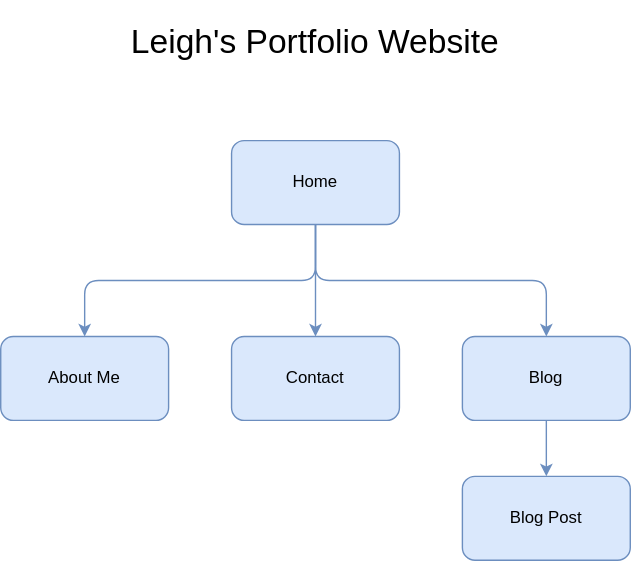
The draw.io diagram sitemap.svg in leighpoulier/portfolio, before a commit. Source tidied: cells renumbered, new cells last; positions are measured from the earlier drawing's top-left corner, leaving out a move shared by most shapes.
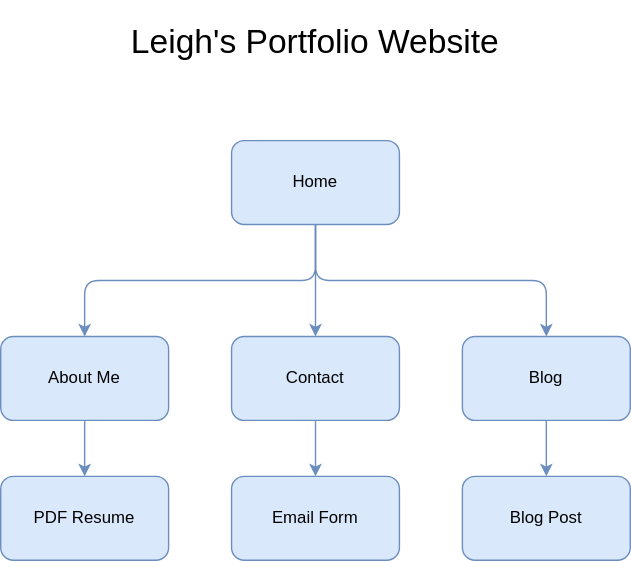
The same diagram one commit later.

Diff of the diagram source:
```diff
@@ -5,6 +5,11 @@
     <mxCell id="2" value="Home" style="rounded=1;whiteSpace=wrap;html=1;fillColor=#dae8fc;strokeColor=#6c8ebf;" parent="1" vertex="1">
       <mxGeometry x="165" y="100" width="120" height="60" as="geometry" />
     </mxCell>
+    <mxCell id="12" style="edgeStyle=orthogonalEdgeStyle;rounded=0;jettySize=auto;html=1;fillColor=#dae8fc;strokeColor=#6c8ebf;" parent="1" edge="1" target="15">
+      <mxGeometry relative="1" as="geometry">
+        <mxPoint x="60" y="260" as="sourcePoint" />
+      </mxGeometry>
+    </mxCell>
     <mxCell id="3" value="About Me" style="rounded=1;whiteSpace=wrap;html=1;fillColor=#dae8fc;strokeColor=#6c8ebf;" parent="1" vertex="1">
       <mxGeometry y="240" width="120" height="60" as="geometry" />
     </mxCell>
@@ -16,6 +21,9 @@
         </Array>
       </mxGeometry>
     </mxCell>
+    <mxCell id="13" style="edgeStyle=orthogonalEdgeStyle;rounded=0;jettySize=auto;html=1;fillColor=#dae8fc;strokeColor=#6c8ebf;" parent="1" edge="1" source="5" target="14">
+      <mxGeometry relative="1" as="geometry" />
+    </mxCell>
     <mxCell id="5" value="Contact" style="rounded=1;whiteSpace=wrap;html=1;fillColor=#dae8fc;strokeColor=#6c8ebf;" parent="1" vertex="1">
       <mxGeometry x="165" y="240" width="120" height="60" as="geometry" />
     </mxCell>
@@ -42,5 +50,11 @@
     <mxCell id="11" value="Leigh's Portfolio Website" style="text;html=1;align=center;verticalAlign=middle;whiteSpace=wrap;rounded=0;fontSize=24;" parent="1" vertex="1">
       <mxGeometry x="65" width="320" height="60" as="geometry" />
     </mxCell>
+    <mxCell id="14" value="Email Form" style="rounded=1;whiteSpace=wrap;html=1;fillColor=#dae8fc;strokeColor=#6c8ebf;" parent="1" vertex="1">
+      <mxGeometry x="165" y="340" width="120" height="60" as="geometry" />
+    </mxCell>
+    <mxCell id="15" value="PDF Resume" style="rounded=1;whiteSpace=wrap;html=1;fillColor=#dae8fc;strokeColor=#6c8ebf;" parent="1" vertex="1">
+      <mxGeometry y="340" width="120" height="60" as="geometry" />
+    </mxCell>
   </root>
 </mxGraphModel>
```
